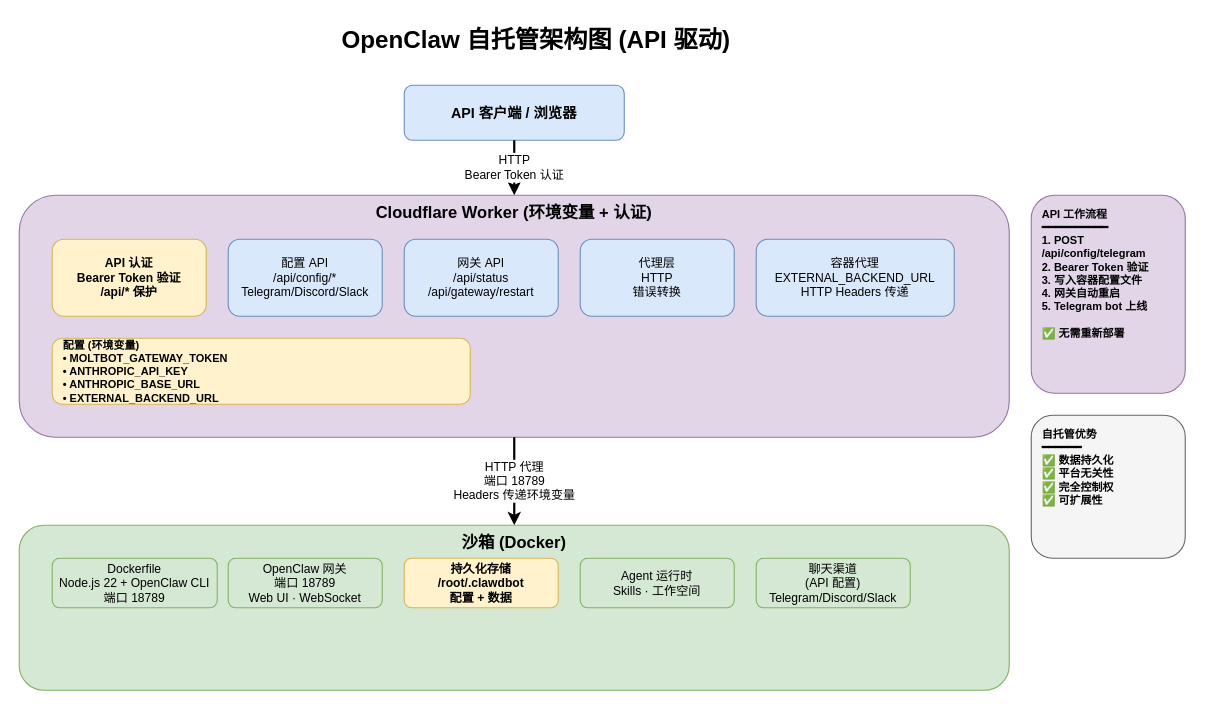
Before: docs/architecture.drawio in ringcrl/openclaw-worker, a draw.io diagram. Source tidied: cells renumbered, new cells numbered last; positions are measured from the earlier drawing's top-left corner, leaving out a move shared by most shapes. Both pictures are drawn from the tidied source at 110%, with x=0, y=0 at pixel (19, 19).
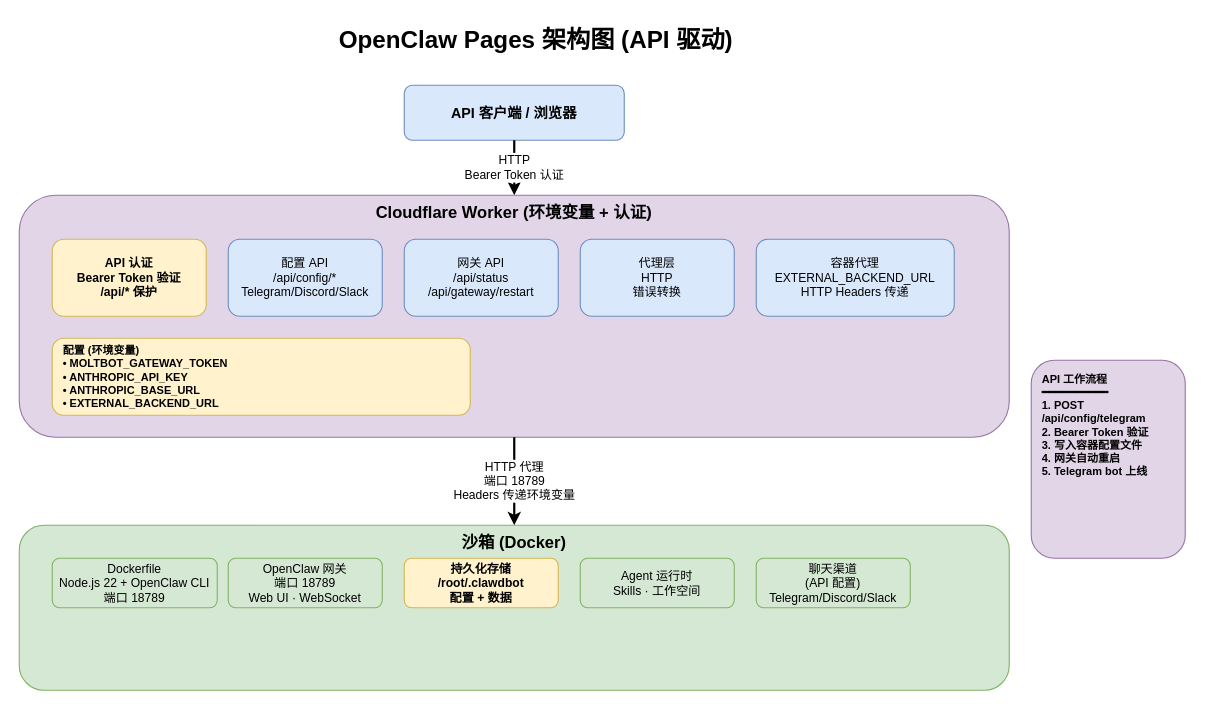
Above is the later version.

The change refers to these unchanged cells:
```xml
<mxCell id="5" value="Cloudflare Worker (环境变量 + 认证)" style="rounded=1;whiteSpace=wrap;html=1;fillColor=#e1d5e7;strokeColor=#9673a6;fontSize=15;fontStyle=1;align=center;verticalAlign=top;" parent="1" vertex="1">
  <mxGeometry y="160" width="900" height="220" as="geometry" />
</mxCell>
```

The edit, as a diff of the source:
```diff
@@
-    <mxCell id="2" value="OpenClaw 自托管架构图 (API 驱动)" style="text;html=1;strokeColor=none;fillColor=none;align=center;verticalAlign=middle;whiteSpace=wrap;rounded=0;fontSize=22;fontStyle=1;" parent="1" vertex="1">
+    <mxCell id="2" value="OpenClaw Pages 架构图 (API 驱动)" style="text;html=1;strokeColor=none;fillColor=none;align=center;verticalAlign=middle;whiteSpace=wrap;rounded=0;fontSize=22;fontStyle=1;" parent="1" vertex="1">
       <mxGeometry x="270" width="400" height="40" as="geometry" />
     </mxCell>
@@
     <mxCell id="11" value="配置 (环境变量)&lt;br&gt;• MOLTBOT_GATEWAY_TOKEN&lt;br&gt;• ANTHROPIC_API_KEY&lt;br&gt;• ANTHROPIC_BASE_URL&lt;br&gt;• EXTERNAL_BACKEND_URL" style="rounded=1;whiteSpace=wrap;html=1;fillColor=#fff2cc;strokeColor=#d6b656;fontSize=10;align=left;verticalAlign=middle;fontStyle=1;spacingLeft=8;" parent="5" vertex="1">
-      <mxGeometry x="30" y="130" width="380" height="60" as="geometry" />
+      <mxGeometry x="30" y="130" width="380" height="70" as="geometry" />
     </mxCell>
@@
-    <mxCell id="19" value="API 工作流程&#10;━━━━━━━━━━&#10;1. POST /api/config/telegram&#10;2. Bearer Token 验证&#10;3. 写入容器配置文件&#10;4. 网关自动重启&#10;5. Telegram bot 上线&#10;&#10;✅ 无需重新部署" style="rounded=1;whiteSpace=wrap;html=1;fillColor=#e1d5e7;strokeColor=#9673a6;fontSize=10;align=left;verticalAlign=top;fontStyle=1;spacingLeft=8;spacingTop=5;" parent="1" vertex="1">
-      <mxGeometry x="920" y="160" width="140" height="180" as="geometry" />
+    <mxCell id="19" value="API 工作流程&lt;br&gt;━━━━━━━━━━&lt;br&gt;1. POST /api/config/telegram&lt;br&gt;2. Bearer Token 验证&lt;br&gt;3. 写入容器配置文件&lt;br&gt;4. 网关自动重启&lt;br&gt;5. Telegram bot 上线" style="rounded=1;whiteSpace=wrap;html=1;fillColor=#e1d5e7;strokeColor=#9673a6;fontSize=10;align=left;verticalAlign=top;fontStyle=1;spacingLeft=8;spacingTop=5;" parent="1" vertex="1">
+      <mxGeometry x="920" y="310" width="140" height="180" as="geometry" />
     </mxCell>
-    <mxCell id="20" value="自托管优势&lt;br&gt;━━━━━━&lt;br&gt;✅ 数据持久化&lt;br&gt;✅ 平台无关性&lt;br&gt;✅ 完全控制权&lt;br&gt;✅ 可扩展性" style="rounded=1;whiteSpace=wrap;html=1;fillColor=#f5f5f5;strokeColor=#666666;fontSize=10;align=left;verticalAlign=top;fontStyle=1;spacingLeft=8;spacingTop=5;" parent="1" vertex="1">
-      <mxGeometry x="920" y="360" width="140" height="130" as="geometry" />
-    </mxCell>
```
